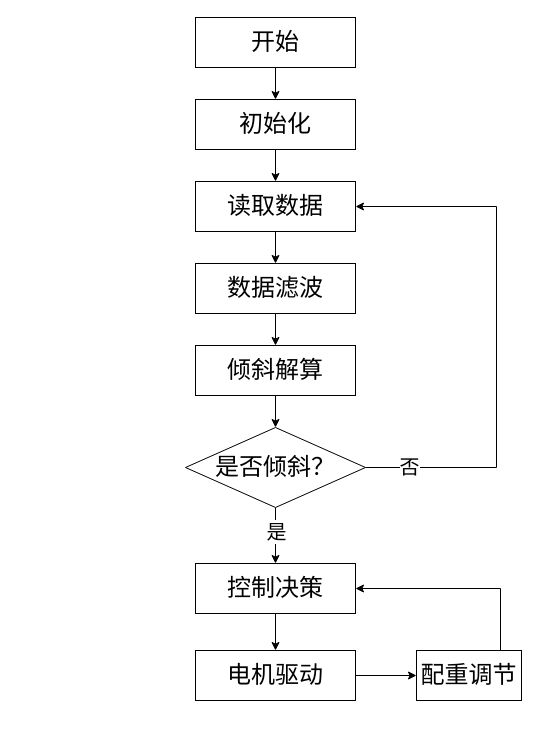
This is 自动平衡配重.drawio from GPlaying/brain_map, a draw.io file, before an edit. Source tidied: cells renumbered, new cells numbered last; positions are measured from the earlier drawing's top-left corner, leaving out a move shared by most shapes. Both pictures are drawn from the tidied source at 100%, with x=0, y=0 at pixel (185, 17).
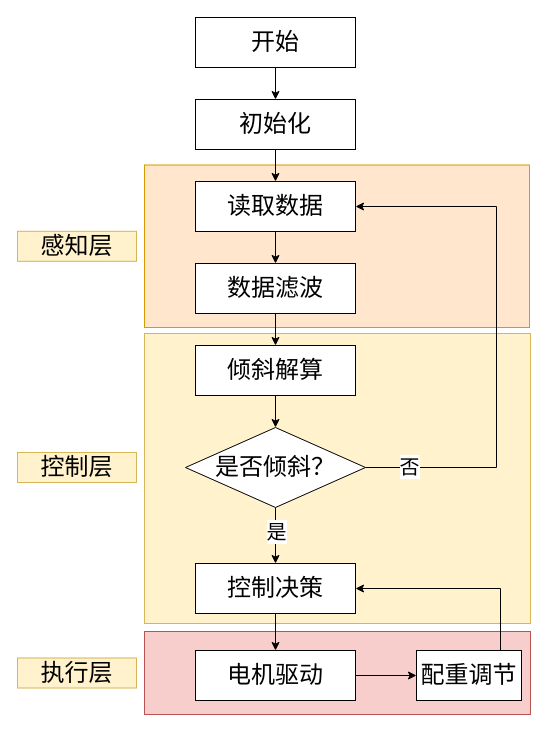
The same page after the edit.

Commit message:
更新自动平衡配重.drawio

Diff of the diagram source:
```diff
@@
+    <mxCell id="23" style="whiteSpace=wrap;html=1;fillColor=#f8cecc;strokeColor=#b85450;" parent="1" vertex="1">
+      <mxGeometry x="-41" y="614" width="386" height="83" as="geometry" />
+    </mxCell>
+    <mxCell id="24" style="whiteSpace=wrap;html=1;fillColor=#fff2cc;strokeColor=#d6b656;" parent="1" vertex="1">
+      <mxGeometry x="-41" y="316" width="386" height="290" as="geometry" />
+    </mxCell>
+    <mxCell id="25" style="whiteSpace=wrap;html=1;fillColor=#ffe6cc;strokeColor=#d79b00;" parent="1" vertex="1">
+      <mxGeometry x="-41" y="147.5" width="385" height="162.5" as="geometry" />
+    </mxCell>
@@
+    <mxCell id="26" value="&lt;font style=&quot;font-size: 24px;&quot; face=&quot;宋体&quot;&gt;感知层&lt;/font&gt;" style="text;html=1;align=center;verticalAlign=middle;whiteSpace=wrap;rounded=0;fillColor=#fff2cc;strokeColor=#d6b656;" parent="1" vertex="1">
+      <mxGeometry x="-168" y="213.8" width="119" height="30" as="geometry" />
+    </mxCell>
+    <mxCell id="27" value="&lt;font style=&quot;font-size: 24px;&quot; face=&quot;宋体&quot;&gt;控制层&lt;/font&gt;" style="text;html=1;align=center;verticalAlign=middle;whiteSpace=wrap;rounded=0;fillColor=#fff2cc;strokeColor=#d6b656;" parent="1" vertex="1">
+      <mxGeometry x="-168" y="435" width="119" height="30" as="geometry" />
+    </mxCell>
+    <mxCell id="28" value="&lt;font style=&quot;font-size: 24px;&quot; face=&quot;宋体&quot;&gt;执行层&lt;/font&gt;" style="text;html=1;align=center;verticalAlign=middle;whiteSpace=wrap;rounded=0;fillColor=#fff2cc;strokeColor=#d6b656;" parent="1" vertex="1">
+      <mxGeometry x="-168" y="640.5" width="119" height="30" as="geometry" />
+    </mxCell>
```
